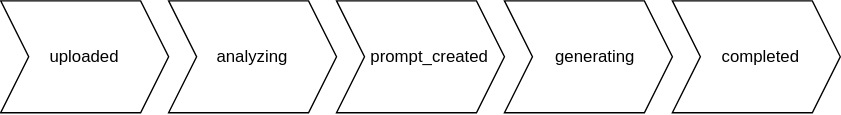
The draw.io diagram status.svg in Emotion2Emoji-LMU-ACP-WS24-25/Docker-Compose, before a commit. Source tidied: cells renumbered, new cells last; positions are measured from the earlier drawing's top-left corner, leaving out a move shared by most shapes. Its diagram source:
```xml
<mxGraphModel>
  <root>
    <mxCell id="0" />
    <mxCell id="1" parent="0" />
    <mxCell id="2" value="uploaded" style="shape=step;perimeter=stepPerimeter;whiteSpace=wrap;html=1;fixedSize=1;" parent="1" vertex="1">
      <mxGeometry width="120" height="80" as="geometry" />
    </mxCell>
    <mxCell id="3" value="analyzing" style="shape=step;perimeter=stepPerimeter;whiteSpace=wrap;html=1;fixedSize=1;" parent="1" vertex="1">
      <mxGeometry x="120" width="120" height="80" as="geometry" />
    </mxCell>
    <mxCell id="4" value="&amp;nbsp; &amp;nbsp; prompt_created" style="shape=step;perimeter=stepPerimeter;whiteSpace=wrap;html=1;fixedSize=1;" parent="1" vertex="1">
      <mxGeometry x="240" width="120" height="80" as="geometry" />
    </mxCell>
    <mxCell id="5" value="&amp;nbsp; &amp;nbsp;generating" style="shape=step;perimeter=stepPerimeter;whiteSpace=wrap;html=1;fixedSize=1;" parent="1" vertex="1">
      <mxGeometry x="360" width="120" height="80" as="geometry" />
    </mxCell>
    <mxCell id="6" value="&amp;nbsp; completed" style="shape=step;perimeter=stepPerimeter;whiteSpace=wrap;html=1;fixedSize=1;" parent="1" vertex="1">
      <mxGeometry x="480" width="120" height="80" as="geometry" />
    </mxCell>
  </root>
</mxGraphModel>
```
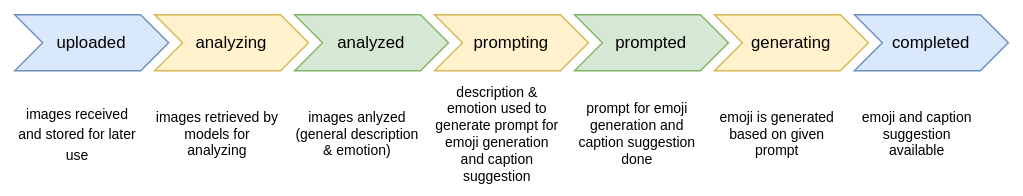
After the change.

What changed in the source:
```diff
@@ -2,20 +2,50 @@
   <root>
     <mxCell id="0" />
     <mxCell id="1" parent="0" />
+    <mxCell id="7" style="rounded=0;whiteSpace=wrap;html=1;strokeColor=none;" parent="1" vertex="1">
+      <mxGeometry x="60" y="40" width="730" height="140" as="geometry" />
+    </mxCell>
-    <mxCell id="2" value="uploaded" style="shape=step;perimeter=stepPerimeter;whiteSpace=wrap;html=1;fixedSize=1;" parent="1" vertex="1">
-      <mxGeometry width="120" height="80" as="geometry" />
+    <mxCell id="2" value="uploaded" style="shape=step;perimeter=stepPerimeter;whiteSpace=wrap;html=1;fixedSize=1;fillColor=#dae8fc;strokeColor=#6c8ebf;" parent="1" vertex="1">
+      <mxGeometry x="70" y="50" width="110" height="40" as="geometry" />
     </mxCell>
-    <mxCell id="3" value="analyzing" style="shape=step;perimeter=stepPerimeter;whiteSpace=wrap;html=1;fixedSize=1;" parent="1" vertex="1">
-      <mxGeometry x="120" width="120" height="80" as="geometry" />
+    <mxCell id="3" value="analyzing" style="shape=step;perimeter=stepPerimeter;whiteSpace=wrap;html=1;fixedSize=1;fillColor=#fff2cc;strokeColor=#d6b656;" parent="1" vertex="1">
+      <mxGeometry x="170" y="50" width="110" height="40" as="geometry" />
     </mxCell>
-    <mxCell id="4" value="&amp;nbsp; &amp;nbsp; prompt_created" style="shape=step;perimeter=stepPerimeter;whiteSpace=wrap;html=1;fixedSize=1;" parent="1" vertex="1">
-      <mxGeometry x="240" width="120" height="80" as="geometry" />
-    </mxCell>
+    <mxCell id="8" value="analyzed" style="shape=step;perimeter=stepPerimeter;whiteSpace=wrap;html=1;fixedSize=1;fillColor=#d5e8d4;strokeColor=#82b366;" parent="1" vertex="1">
+      <mxGeometry x="270" y="50" width="110" height="40" as="geometry" />
+    </mxCell>
+    <mxCell id="9" value="&lt;div&gt;prompting&lt;/div&gt;" style="shape=step;perimeter=stepPerimeter;whiteSpace=wrap;html=1;fixedSize=1;fillColor=#fff2cc;strokeColor=#d6b656;" parent="1" vertex="1">
+      <mxGeometry x="370" y="50" width="110" height="40" as="geometry" />
+    </mxCell>
+    <mxCell id="10" value="&lt;div&gt;prompted&lt;/div&gt;" style="shape=step;perimeter=stepPerimeter;whiteSpace=wrap;html=1;fixedSize=1;fillColor=#d5e8d4;strokeColor=#82b366;" parent="1" vertex="1">
+      <mxGeometry x="470" y="50" width="110" height="40" as="geometry" />
+    </mxCell>
-    <mxCell id="5" value="&amp;nbsp; &amp;nbsp;generating" style="shape=step;perimeter=stepPerimeter;whiteSpace=wrap;html=1;fixedSize=1;" parent="1" vertex="1">
-      <mxGeometry x="360" width="120" height="80" as="geometry" />
+    <mxCell id="5" value="&lt;div&gt;generating&lt;/div&gt;" style="shape=step;perimeter=stepPerimeter;whiteSpace=wrap;html=1;fixedSize=1;fillColor=#fff2cc;strokeColor=#d6b656;" parent="1" vertex="1">
+      <mxGeometry x="570" y="50" width="110" height="40" as="geometry" />
     </mxCell>
-    <mxCell id="6" value="&amp;nbsp; completed" style="shape=step;perimeter=stepPerimeter;whiteSpace=wrap;html=1;fixedSize=1;" parent="1" vertex="1">
-      <mxGeometry x="480" width="120" height="80" as="geometry" />
+    <mxCell id="6" value="completed" style="shape=step;perimeter=stepPerimeter;whiteSpace=wrap;html=1;fixedSize=1;fillColor=#dae8fc;strokeColor=#6c8ebf;" parent="1" vertex="1">
+      <mxGeometry x="670" y="50" width="110" height="40" as="geometry" />
     </mxCell>
+    <mxCell id="11" value="&lt;div&gt;&lt;font style=&quot;font-size: 10px;&quot;&gt;images received and stored for later use&lt;/font&gt;&lt;/div&gt;" style="text;html=1;align=center;verticalAlign=middle;whiteSpace=wrap;rounded=0;" parent="1" vertex="1">
+      <mxGeometry x="70" y="100" width="90" height="70" as="geometry" />
+    </mxCell>
+    <mxCell id="12" value="images retrieved by models for analyzing" style="text;html=1;align=center;verticalAlign=middle;whiteSpace=wrap;rounded=0;fontSize=10;" parent="1" vertex="1">
+      <mxGeometry x="170" y="100" width="90" height="70" as="geometry" />
+    </mxCell>
+    <mxCell id="13" value="images anlyzed (general description &amp;amp; emotion)" style="text;html=1;align=center;verticalAlign=middle;whiteSpace=wrap;rounded=0;fontSize=10;" parent="1" vertex="1">
+      <mxGeometry x="270" y="100" width="90" height="70" as="geometry" />
+    </mxCell>
+    <mxCell id="14" value="description &amp;amp; emotion used to generate prompt for emoji generation and caption suggestion" style="text;html=1;align=center;verticalAlign=middle;whiteSpace=wrap;rounded=0;fontSize=10;" parent="1" vertex="1">
+      <mxGeometry x="370" y="100" width="90" height="70" as="geometry" />
+    </mxCell>
+    <mxCell id="15" value="&lt;div&gt;prompt for emoji generation and caption suggestion done&lt;/div&gt;" style="text;html=1;align=center;verticalAlign=middle;whiteSpace=wrap;rounded=0;fontSize=10;" parent="1" vertex="1">
+      <mxGeometry x="470" y="100" width="90" height="70" as="geometry" />
+    </mxCell>
+    <mxCell id="16" value="emoji is generated based on given prompt" style="text;html=1;align=center;verticalAlign=middle;whiteSpace=wrap;rounded=0;fontSize=10;" parent="1" vertex="1">
+      <mxGeometry x="570" y="100" width="90" height="70" as="geometry" />
+    </mxCell>
+    <mxCell id="17" value="emoji and caption suggestion available" style="text;html=1;align=center;verticalAlign=middle;whiteSpace=wrap;rounded=0;fontSize=10;" parent="1" vertex="1">
+      <mxGeometry x="670" y="100" width="90" height="70" as="geometry" />
+    </mxCell>
   </root>
 </mxGraphModel>
```
